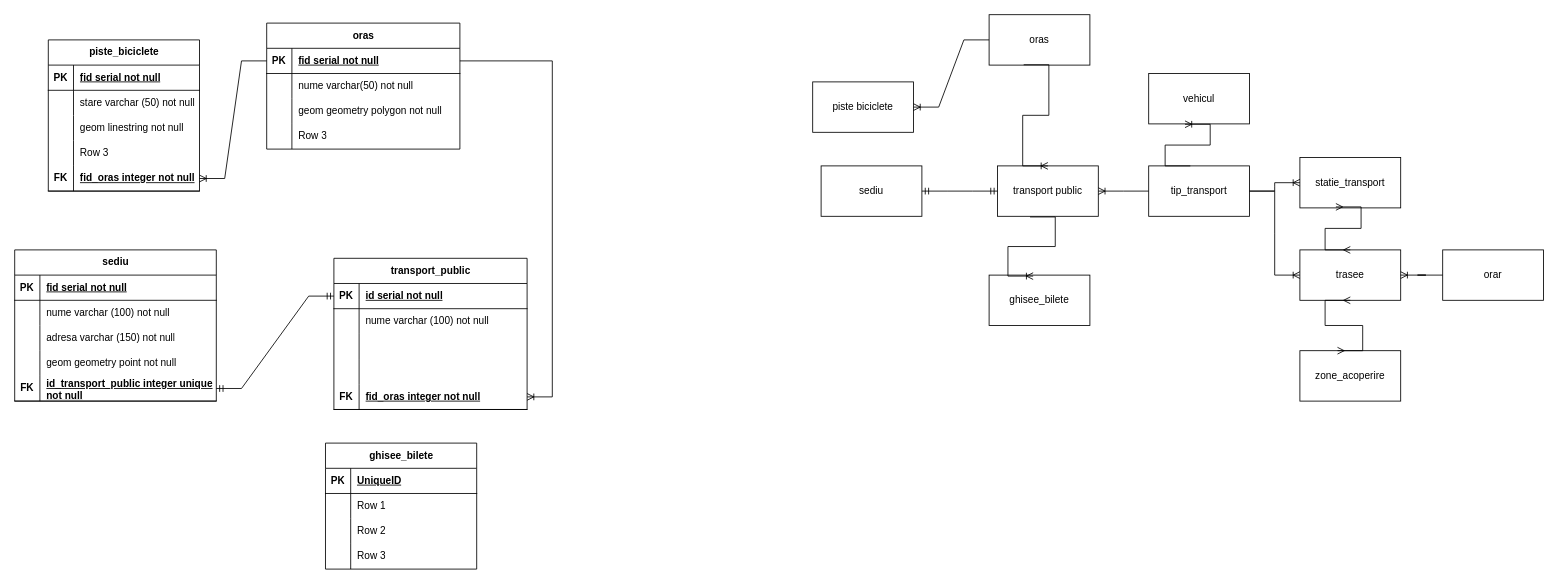
Above: examen3.drawio in AndreeaPatrauvt/db1project (draw.io), before the change. Source tidied: cells renumbered, new cells numbered last; positions are measured from the earlier drawing's top-left corner, leaving out a move shared by most shapes. Both pictures are drawn from the tidied source at 84%, with x=0, y=0 at pixel (14, 14).
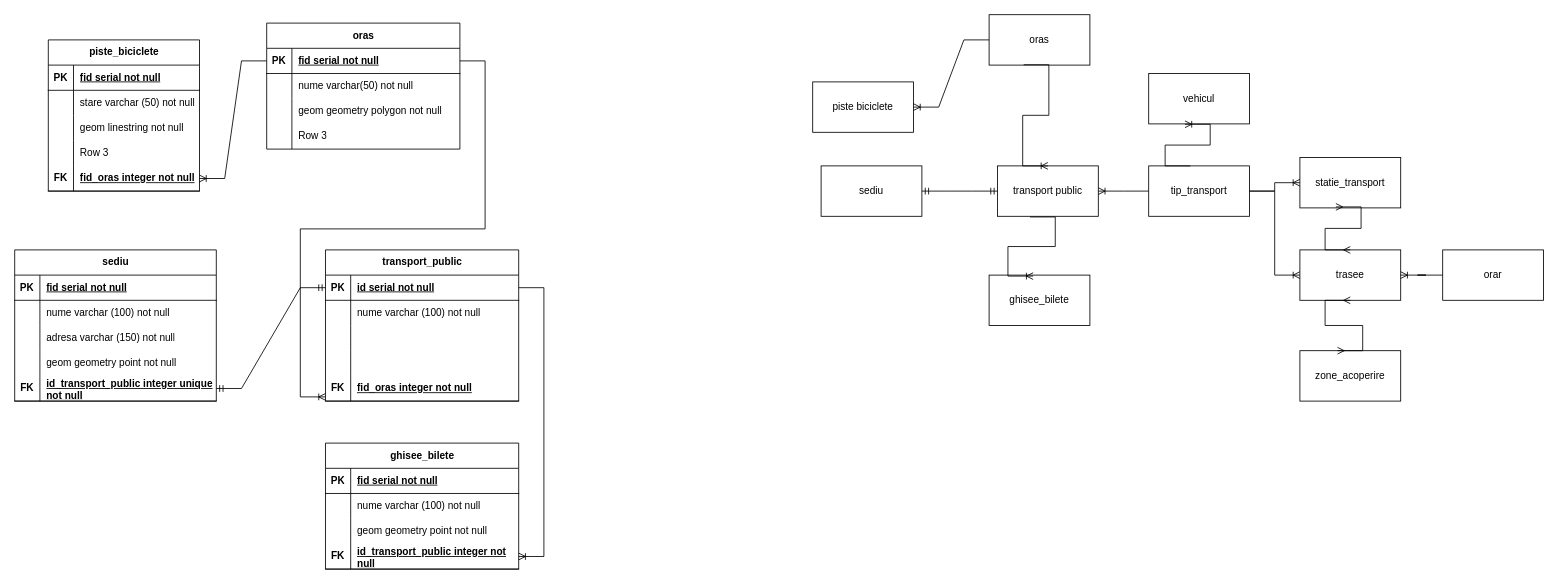
After the change.

The change refers to these unchanged cells:
```xml
<mxCell id="25" style="shape=tableRow;horizontal=0;startSize=0;swimlaneHead=0;swimlaneBody=0;fillColor=none;points=[[0,0.5],[1,0.5]];portConstraint=eastwest;top=0;left=0;right=0;bottom=1;" parent="24" vertex="1">
  <mxGeometry y="30" width="230" height="30" as="geometry" />
</mxCell>
<mxCell id="55" style="shape=tableRow;horizontal=0;startSize=0;swimlaneHead=0;swimlaneBody=0;fillColor=none;points=[[0,0.5],[1,0.5]];portConstraint=eastwest;top=0;left=0;right=0;bottom=1;" parent="54" vertex="1">
  <mxGeometry y="30" width="230" height="30" as="geometry" />
</mxCell>
<mxCell id="67" style="shape=tableRow;horizontal=0;startSize=0;swimlaneHead=0;swimlaneBody=0;fillColor=none;points=[[0,0.5],[1,0.5]];portConstraint=eastwest;top=0;left=0;right=0;bottom=1;" parent="54" vertex="1">
  <mxGeometry y="150" width="230" height="30" as="geometry" />
</mxCell>
```

Change to the diagram source:
```diff
@@
     <mxCell id="54" value="transport_public" style="shape=table;startSize=30;childLayout=tableLayout;rowLines=0;fontStyle=1;align=center;html=1;" parent="1" vertex="1">
-      <mxGeometry x="380" y="290" width="230" height="180" as="geometry" />
+      <mxGeometry x="370" y="280" width="230" height="180" as="geometry" />
     </mxCell>
@@
-    <mxCell id="70" style="edgeStyle=entityRelationEdgeStyle;fontSize=12;html=1;endArrow=ERoneToMany;rounded=0;" parent="1" edge="1" source="25" target="67">
-      <mxGeometry relative="1" as="geometry" />
+    <mxCell id="70" style="edgeStyle=entityRelationEdgeStyle;fontSize=12;html=1;endArrow=ERoneToMany;rounded=0;" parent="1" edge="1" source="25">
+      <mxGeometry relative="1" as="geometry">
+        <mxPoint x="370" y="455" as="targetPoint" />
+      </mxGeometry>
     </mxCell>
@@
     <mxCell id="88" value="ghisee_bilete" style="shape=table;startSize=30;childLayout=tableLayout;rowLines=0;fontStyle=1;align=center;html=1;" parent="1" vertex="1">
-      <mxGeometry x="370" y="510" width="180" height="150" as="geometry" />
+      <mxGeometry x="370" y="510" width="230" height="150" as="geometry" />
     </mxCell>
     <mxCell id="89" style="shape=tableRow;horizontal=0;startSize=0;swimlaneHead=0;swimlaneBody=0;fillColor=none;top=0;left=0;right=0;bottom=1;" parent="88" vertex="1">
-      <mxGeometry y="30" width="180" height="30" as="geometry" />
+      <mxGeometry y="30" width="230" height="30" as="geometry" />
     </mxCell>
@@
-    <mxCell id="91" value="UniqueID" style="shape=partialRectangle;fillColor=none;top=0;left=0;bottom=0;right=0;align=left;spacingLeft=6;fontStyle=5;overflow=hidden;whiteSpace=wrap;html=1;" parent="89" vertex="1">
-      <mxGeometry x="30" width="150" height="30" as="geometry" />
+    <mxCell id="91" value="fid serial not null" style="shape=partialRectangle;fillColor=none;top=0;left=0;bottom=0;right=0;align=left;spacingLeft=6;fontStyle=5;overflow=hidden;whiteSpace=wrap;html=1;" parent="89" vertex="1">
+      <mxGeometry x="30" width="200" height="30" as="geometry" />
     </mxCell>
     <mxCell id="92" style="shape=tableRow;horizontal=0;startSize=0;swimlaneHead=0;swimlaneBody=0;fillColor=none;top=0;left=0;right=0;bottom=0;" parent="88" vertex="1">
-      <mxGeometry y="60" width="180" height="30" as="geometry" />
+      <mxGeometry y="60" width="230" height="30" as="geometry" />
     </mxCell>
@@
-    <mxCell id="94" value="Row 1" style="shape=partialRectangle;fillColor=none;top=0;left=0;bottom=0;right=0;align=left;spacingLeft=6;overflow=hidden;whiteSpace=wrap;html=1;" parent="92" vertex="1">
-      <mxGeometry x="30" width="150" height="30" as="geometry" />
+    <mxCell id="94" value="nume varchar (100) not null" style="shape=partialRectangle;fillColor=none;top=0;left=0;bottom=0;right=0;align=left;spacingLeft=6;overflow=hidden;whiteSpace=wrap;html=1;" parent="92" vertex="1">
+      <mxGeometry x="30" width="200" height="30" as="geometry" />
     </mxCell>
     <mxCell id="95" style="shape=tableRow;horizontal=0;startSize=0;swimlaneHead=0;swimlaneBody=0;fillColor=none;top=0;left=0;right=0;bottom=0;" parent="88" vertex="1">
-      <mxGeometry y="90" width="180" height="30" as="geometry" />
+      <mxGeometry y="90" width="230" height="30" as="geometry" />
     </mxCell>
@@
-    <mxCell id="97" value="Row 2" style="shape=partialRectangle;fillColor=none;top=0;left=0;bottom=0;right=0;align=left;spacingLeft=6;overflow=hidden;whiteSpace=wrap;html=1;" parent="95" vertex="1">
-      <mxGeometry x="30" width="150" height="30" as="geometry" />
+    <mxCell id="97" value="geom geometry point not null" style="shape=partialRectangle;fillColor=none;top=0;left=0;bottom=0;right=0;align=left;spacingLeft=6;overflow=hidden;whiteSpace=wrap;html=1;" parent="95" vertex="1">
+      <mxGeometry x="30" width="200" height="30" as="geometry" />
     </mxCell>
-    <mxCell id="98" style="shape=tableRow;horizontal=0;startSize=0;swimlaneHead=0;swimlaneBody=0;fillColor=none;top=0;left=0;right=0;bottom=0;" parent="88" vertex="1">
-      <mxGeometry y="120" width="180" height="30" as="geometry" />
-    </mxCell>
-    <mxCell id="99" style="shape=partialRectangle;fillColor=none;top=0;left=0;bottom=0;right=0;overflow=hidden;whiteSpace=wrap;html=1;" parent="98" vertex="1">
-      <mxGeometry width="30" height="30" as="geometry" />
-    </mxCell>
-    <mxCell id="100" value="Row 3" style="shape=partialRectangle;fillColor=none;top=0;left=0;bottom=0;right=0;align=left;spacingLeft=6;overflow=hidden;whiteSpace=wrap;html=1;" parent="98" vertex="1">
-      <mxGeometry x="30" width="150" height="30" as="geometry" />
-    </mxCell>
+    <mxCell id="101" style="shape=tableRow;horizontal=0;startSize=0;swimlaneHead=0;swimlaneBody=0;fillColor=none;points=[[0,0.5],[1,0.5]];portConstraint=eastwest;top=0;left=0;right=0;bottom=1;" parent="88" vertex="1">
+      <mxGeometry y="120" width="230" height="30" as="geometry" />
+    </mxCell>
+    <mxCell id="102" value="FK" style="shape=partialRectangle;fillColor=none;top=0;left=0;bottom=0;right=0;fontStyle=1;overflow=hidden;whiteSpace=wrap;html=1;" parent="101" vertex="1">
+      <mxGeometry width="30" height="30" as="geometry" />
+    </mxCell>
+    <mxCell id="103" value="id_transport_public integer not null" style="shape=partialRectangle;fillColor=none;top=0;left=0;bottom=0;right=0;align=left;spacingLeft=6;fontStyle=5;overflow=hidden;whiteSpace=wrap;html=1;" parent="101" vertex="1">
+      <mxGeometry x="30" width="200" height="30" as="geometry" />
+    </mxCell>
+    <mxCell id="104" style="edgeStyle=entityRelationEdgeStyle;fontSize=12;html=1;endArrow=ERoneToMany;rounded=0;" parent="1" edge="1" source="55" target="101">
+      <mxGeometry relative="1" as="geometry" />
+    </mxCell>
```
